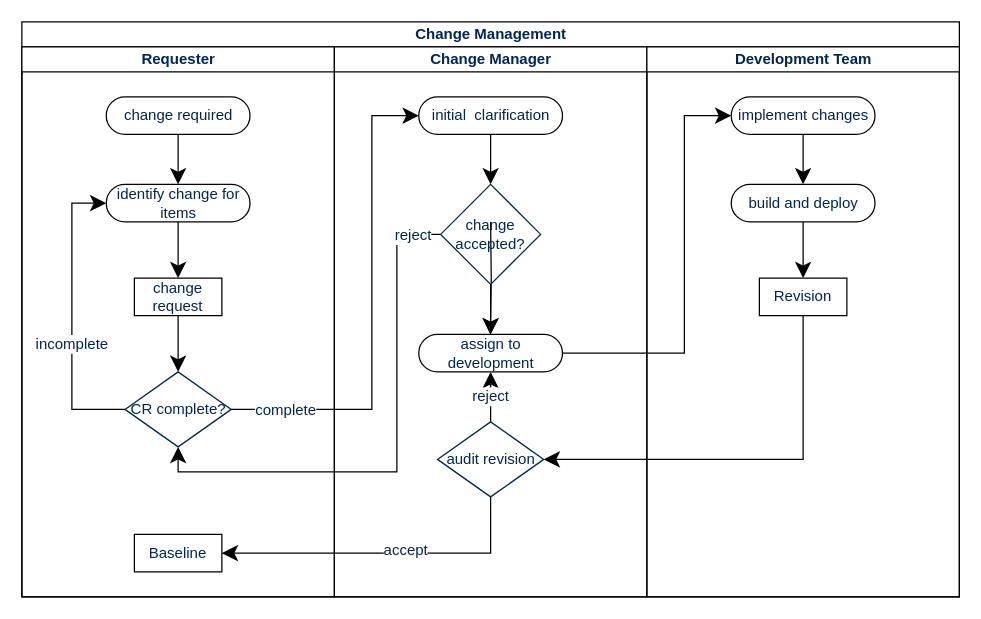
Before: change-request.drawio in rahimi/software-engineering, a draw.io diagram. Source tidied: cells renumbered, new cells numbered last; positions are measured from the earlier drawing's top-left corner, leaving out a move shared by most shapes. Both pictures are drawn from the tidied source at 125%, with x=0, y=0 at pixel (21, 21).
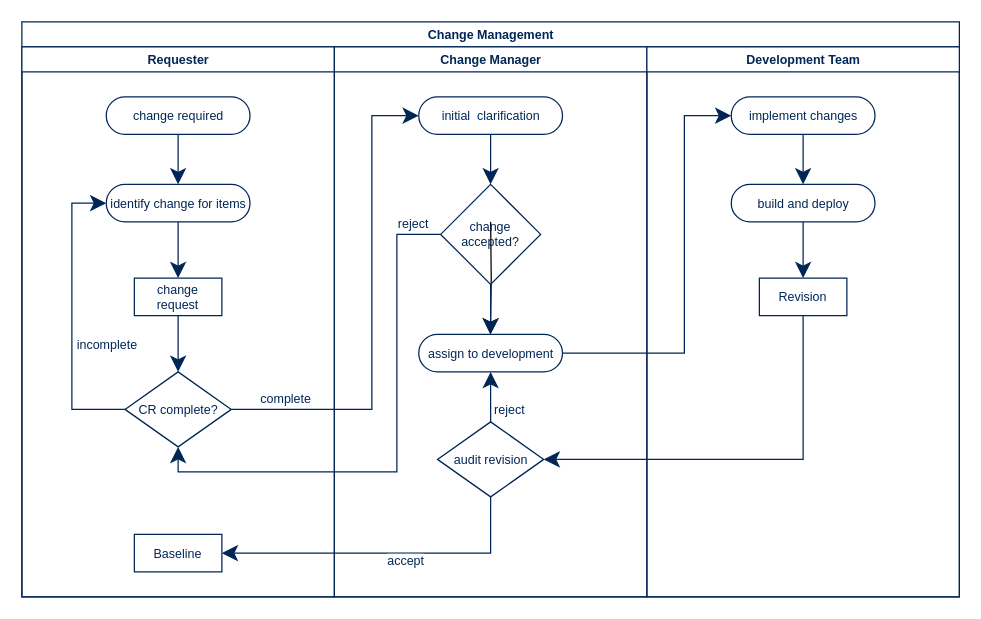
The same page after the edit.

What changed in the source:
```diff
@@
-    <mxCell id="2" value="Change Management" style="swimlane;html=1;startSize=20;rounded=0;shadow=0;comic=0;labelBackgroundColor=none;strokeWidth=1;fontFamily=TitilliumText25L;fontSize=12;align=center;fontColor=#012656;" parent="1" vertex="1">
+    <mxCell id="2" value="Change Management" style="swimlane;html=1;startSize=20;rounded=0;shadow=0;comic=0;labelBackgroundColor=none;strokeWidth=1;fontFamily=TitilliumText25L;fontSize=10;align=center;fontColor=#012656;strokeColor=#012656;" parent="1" vertex="1">
       <mxGeometry width="750" height="460" as="geometry" />
     </mxCell>
-    <mxCell id="3" value="Requester" style="swimlane;html=1;startSize=20;fontColor=#012656;fontFamily=TitilliumText25L;fontSize=12;" parent="2" vertex="1">
+    <mxCell id="3" value="Requester" style="swimlane;html=1;startSize=20;fontColor=#012656;fontFamily=TitilliumText25L;fontSize=10;strokeColor=#012656;" parent="2" vertex="1">
       <mxGeometry y="20" width="250" height="440" as="geometry" />
     </mxCell>
-    <mxCell id="4" style="edgeStyle=orthogonalEdgeStyle;rounded=0;jettySize=auto;html=1;startSize=10;endSize=10;exitX=0.5;exitY=1;exitDx=0;exitDy=0;entryX=0.5;entryY=0;entryDx=0;entryDy=0;fontColor=#012656;fontFamily=TitilliumText25L;fontSize=12;" parent="3" edge="1" source="9" target="10">
+    <mxCell id="4" style="edgeStyle=orthogonalEdgeStyle;rounded=0;jettySize=auto;html=1;startSize=10;endSize=10;exitX=0.5;exitY=1;exitDx=0;exitDy=0;entryX=0.5;entryY=0;entryDx=0;entryDy=0;fontColor=#012656;fontFamily=TitilliumText25L;fontSize=10;strokeColor=#012656;" parent="3" edge="1" source="9" target="10">
       <mxGeometry relative="1" as="geometry" />
     </mxCell>
-    <mxCell id="5" style="edgeStyle=orthogonalEdgeStyle;rounded=0;jettySize=auto;html=1;startSize=10;endSize=10;exitX=0.5;exitY=1;exitDx=0;exitDy=0;entryX=0.5;entryY=0;entryDx=0;entryDy=0;fontColor=#012656;fontFamily=TitilliumText25L;fontSize=12;" parent="3" edge="1" source="10" target="6">
+    <mxCell id="5" style="edgeStyle=orthogonalEdgeStyle;rounded=0;jettySize=auto;html=1;startSize=10;endSize=10;exitX=0.5;exitY=1;exitDx=0;exitDy=0;entryX=0.5;entryY=0;entryDx=0;entryDy=0;fontColor=#012656;fontFamily=TitilliumText25L;fontSize=10;strokeColor=#012656;" parent="3" edge="1" source="10" target="6">
       <mxGeometry relative="1" as="geometry" />
     </mxCell>
-    <mxCell id="6" value="CR complete?" style="rhombus;whiteSpace=wrap;html=1;strokeColor=#012656;fillColor=none;fontFamily=TitilliumText25L;fontColor=#012656;fontSize=12;" parent="3" vertex="1">
+    <mxCell id="6" value="CR complete?" style="rhombus;whiteSpace=wrap;html=1;fillColor=none;fontFamily=TitilliumText25L;fontColor=#012656;fontSize=10;strokeColor=#012656;" parent="3" vertex="1">
       <mxGeometry x="82.5" y="260" width="85" height="60" as="geometry" />
     </mxCell>
-    <mxCell id="7" value="change required" style="rounded=1;whiteSpace=wrap;html=1;shadow=0;comic=0;labelBackgroundColor=none;strokeWidth=1;fontFamily=TitilliumText25L;fontSize=12;align=center;arcSize=50;fontColor=#012656;" parent="3" vertex="1">
+    <mxCell id="7" value="change required" style="rounded=1;whiteSpace=wrap;html=1;shadow=0;comic=0;labelBackgroundColor=none;strokeWidth=1;fontFamily=TitilliumText25L;fontSize=10;align=center;arcSize=50;fontColor=#012656;strokeColor=#012656;" parent="3" vertex="1">
       <mxGeometry x="67.5" y="40" width="115" height="30" as="geometry" />
     </mxCell>
-    <mxCell id="8" style="edgeStyle=orthogonalEdgeStyle;rounded=0;jettySize=auto;html=1;startSize=10;endSize=10;fontColor=#012656;fontFamily=TitilliumText25L;fontSize=12;" parent="3" edge="1" source="7" target="9">
+    <mxCell id="8" style="edgeStyle=orthogonalEdgeStyle;rounded=0;jettySize=auto;html=1;startSize=10;endSize=10;fontColor=#012656;fontFamily=TitilliumText25L;fontSize=10;strokeColor=#012656;" parent="3" edge="1" source="7" target="9">
       <mxGeometry relative="1" as="geometry" />
     </mxCell>
-    <mxCell id="9" value="identify change for items" style="whiteSpace=wrap;html=1;rounded=1;shadow=0;fontFamily=TitilliumText25L;strokeWidth=1;arcSize=50;comic=0;fontColor=#012656;fontSize=12;" parent="3" vertex="1">
+    <mxCell id="9" value="identify change for items" style="whiteSpace=wrap;html=1;rounded=1;shadow=0;fontFamily=TitilliumText25L;strokeWidth=1;arcSize=50;comic=0;fontColor=#012656;fontSize=10;strokeColor=#012656;" parent="3" vertex="1">
       <mxGeometry x="67.5" y="110" width="115" height="30" as="geometry" />
     </mxCell>
-    <mxCell id="10" value="change request" style="rounded=0;whiteSpace=wrap;html=1;shadow=0;comic=0;labelBackgroundColor=none;strokeWidth=1;fontFamily=TitilliumText25L;fontSize=12;align=center;arcSize=50;fontColor=#012656;" parent="3" vertex="1">
+    <mxCell id="10" value="change request" style="rounded=0;whiteSpace=wrap;html=1;shadow=0;comic=0;labelBackgroundColor=none;strokeWidth=1;fontFamily=TitilliumText25L;fontSize=10;align=center;arcSize=50;fontColor=#012656;strokeColor=#012656;" parent="3" vertex="1">
       <mxGeometry x="90" y="185" width="70" height="30" as="geometry" />
     </mxCell>
-    <mxCell id="11" style="edgeStyle=orthogonalEdgeStyle;rounded=0;jettySize=auto;html=1;startSize=10;endSize=10;exitX=0;exitY=0.5;exitDx=0;exitDy=0;entryX=0;entryY=0.5;entryDx=0;entryDy=0;fontColor=#012656;fontFamily=TitilliumText25L;fontSize=12;" parent="3" edge="1" source="6" target="9">
+    <mxCell id="11" style="edgeStyle=orthogonalEdgeStyle;rounded=0;jettySize=auto;html=1;startSize=10;endSize=10;exitX=0;exitY=0.5;exitDx=0;exitDy=0;entryX=0;entryY=0.5;entryDx=0;entryDy=0;fontColor=#012656;fontFamily=TitilliumText25L;fontSize=10;strokeColor=#012656;" parent="3" edge="1" source="6" target="9">
       <mxGeometry relative="1" as="geometry">
         <Array as="points">
           <mxPoint x="40" y="290" />
           <mxPoint x="40" y="125" />
         </Array>
       </mxGeometry>
     </mxCell>
-    <mxCell id="12" value="incomplete" style="edgeLabel;html=1;align=center;verticalAlign=middle;fontFamily=TitilliumText25L;fontColor=#012656;fontSize=12;" parent="11" vertex="1">
-      <mxGeometry x="-0.19" y="1" relative="1" as="geometry" />
+    <mxCell id="12" value="incomplete" style="edgeLabel;html=1;align=center;verticalAlign=middle;fontFamily=TitilliumText25L;fontColor=#012656;fontSize=10;" parent="11" vertex="1">
+      <mxGeometry x="-0.19" y="1" relative="1" as="geometry">
+        <mxPoint x="28.5" as="offset" />
+      </mxGeometry>
     </mxCell>
-    <mxCell id="13" value="Baseline" style="rounded=0;whiteSpace=wrap;html=1;shadow=0;comic=0;labelBackgroundColor=none;strokeWidth=1;fontFamily=TitilliumText25L;fontSize=12;align=center;arcSize=50;fontColor=#012656;" parent="3" vertex="1">
+    <mxCell id="13" value="Baseline" style="rounded=0;whiteSpace=wrap;html=1;shadow=0;comic=0;labelBackgroundColor=none;strokeWidth=1;fontFamily=TitilliumText25L;fontSize=10;align=center;arcSize=50;fontColor=#012656;strokeColor=#012656;" parent="3" vertex="1">
       <mxGeometry x="90" y="390" width="70" height="30" as="geometry" />
     </mxCell>
-    <mxCell id="14" style="edgeStyle=orthogonalEdgeStyle;rounded=0;jettySize=auto;html=1;startSize=10;endSize=10;exitX=1;exitY=0.5;exitDx=0;exitDy=0;entryX=0;entryY=0.5;entryDx=0;entryDy=0;fontColor=#012656;fontFamily=TitilliumText25L;fontSize=12;" parent="2" edge="1" source="6" target="21">
+    <mxCell id="14" style="edgeStyle=orthogonalEdgeStyle;rounded=0;jettySize=auto;html=1;startSize=10;endSize=10;exitX=1;exitY=0.5;exitDx=0;exitDy=0;entryX=0;entryY=0.5;entryDx=0;entryDy=0;fontColor=#012656;fontFamily=TitilliumText25L;fontSize=10;strokeColor=#012656;" parent="2" edge="1" source="6" target="21">
       <mxGeometry relative="1" as="geometry">
         <Array as="points">
           <mxPoint x="280" y="310" />
           <mxPoint x="280" y="75" />
         </Array>
       </mxGeometry>
     </mxCell>
-    <mxCell id="15" value="complete" style="edgeLabel;html=1;align=center;verticalAlign=middle;fontFamily=TitilliumText25L;fontColor=#012656;fontSize=12;" parent="14" vertex="1">
+    <mxCell id="15" value="complete" style="edgeLabel;html=1;align=center;verticalAlign=middle;fontFamily=TitilliumText25L;fontColor=#012656;fontSize=10;" parent="14" vertex="1">
       <mxGeometry x="-0.19" y="1" relative="1" as="geometry">
-        <mxPoint x="-69" y="44" as="offset" />
+        <mxPoint x="-69" y="34.1" as="offset" />
       </mxGeometry>
     </mxCell>
-    <mxCell id="16" style="edgeStyle=orthogonalEdgeStyle;rounded=0;jettySize=auto;html=1;startSize=10;endSize=10;fontFamily=TitilliumText25L;fontSize=12;fontColor=#012656;exitX=0;exitY=0.5;exitDx=0;exitDy=0;entryX=0.5;entryY=1;entryDx=0;entryDy=0;" parent="2" edge="1" source="22" target="6">
+    <mxCell id="16" style="edgeStyle=orthogonalEdgeStyle;rounded=0;jettySize=auto;html=1;startSize=10;endSize=10;fontFamily=TitilliumText25L;fontSize=10;fontColor=#012656;exitX=0;exitY=0.5;exitDx=0;exitDy=0;entryX=0.5;entryY=1;entryDx=0;entryDy=0;strokeColor=#012656;" parent="2" edge="1" source="22" target="6">
       <mxGeometry relative="1" as="geometry">
         <Array as="points">
           <mxPoint x="300" y="170" />
           <mxPoint x="300" y="360" />
           <mxPoint x="125" y="360" />
         </Array>
       </mxGeometry>
     </mxCell>
-    <mxCell id="17" value="reject" style="edgeLabel;html=1;align=center;verticalAlign=middle;fontSize=12;fontFamily=TitilliumText25L;fontColor=#012656;" parent="16" vertex="1">
-      <mxGeometry x="-0.89" relative="1" as="geometry" />
+    <mxCell id="17" value="reject" style="edgeLabel;html=1;align=center;verticalAlign=middle;fontSize=10;fontFamily=TitilliumText25L;fontColor=#012656;" parent="16" vertex="1">
+      <mxGeometry x="-0.89" relative="1" as="geometry">
+        <mxPoint y="-10" as="offset" />
+      </mxGeometry>
     </mxCell>
-    <mxCell id="18" value="Change Manager" style="swimlane;html=1;startSize=20;fontColor=#012656;fontFamily=TitilliumText25L;fontSize=12;" parent="2" vertex="1">
+    <mxCell id="18" value="Change Manager" style="swimlane;html=1;startSize=20;fontColor=#012656;fontFamily=TitilliumText25L;fontSize=10;strokeColor=#012656;" parent="2" vertex="1">
       <mxGeometry x="250" y="20" width="250" height="440" as="geometry" />
     </mxCell>
@@
-    <mxCell id="20" value="reject" style="edgeStyle=orthogonalEdgeStyle;rounded=0;jettySize=auto;html=1;entryX=0.5;entryY=1;entryDx=0;entryDy=0;startSize=10;endSize=10;fontFamily=TitilliumText25L;fontSize=12;fontColor=#012656;" parent="18" edge="1" source="26" target="24">
-      <mxGeometry relative="1" as="geometry" />
+    <mxCell id="20" value="reject" style="edgeStyle=orthogonalEdgeStyle;rounded=0;jettySize=auto;html=1;entryX=0.5;entryY=1;entryDx=0;entryDy=0;startSize=10;endSize=10;fontFamily=TitilliumText25L;fontSize=10;fontColor=#012656;strokeColor=#012656;" parent="18" edge="1" source="26" target="24">
+      <mxGeometry x="-0.5" y="-15" relative="1" as="geometry" />
     </mxCell>
-    <mxCell id="21" value="initial &amp;nbsp;clarification" style="rounded=1;whiteSpace=wrap;html=1;shadow=0;comic=0;labelBackgroundColor=none;strokeWidth=1;fontFamily=TitilliumText25L;fontSize=12;align=center;arcSize=50;fontColor=#012656;" parent="18" vertex="1">
+    <mxCell id="21" value="initial &amp;nbsp;clarification" style="rounded=1;whiteSpace=wrap;html=1;shadow=0;comic=0;labelBackgroundColor=none;strokeWidth=1;fontFamily=TitilliumText25L;fontSize=10;align=center;arcSize=50;fontColor=#012656;strokeColor=#012656;" parent="18" vertex="1">
       <mxGeometry x="67.5" y="40" width="115" height="30" as="geometry" />
     </mxCell>
-    <mxCell id="22" value="change accepted?" style="rhombus;whiteSpace=wrap;html=1;strokeColor=#012656;fillColor=none;fontFamily=TitilliumText25L;fontSize=12;fontColor=#012656;" parent="18" vertex="1">
+    <mxCell id="22" value="change accepted?" style="rhombus;whiteSpace=wrap;html=1;fillColor=none;fontFamily=TitilliumText25L;fontSize=10;fontColor=#012656;strokeColor=#012656;" parent="18" vertex="1">
       <mxGeometry x="85" y="110" width="80" height="80" as="geometry" />
     </mxCell>
-    <mxCell id="23" style="edgeStyle=orthogonalEdgeStyle;rounded=0;jettySize=auto;html=1;startSize=10;endSize=10;fontFamily=TitilliumText25L;fontSize=12;fontColor=#012656;entryX=0.5;entryY=0;entryDx=0;entryDy=0;" parent="18" edge="1" source="21" target="22">
+    <mxCell id="23" style="edgeStyle=orthogonalEdgeStyle;rounded=0;jettySize=auto;html=1;startSize=10;endSize=10;fontFamily=TitilliumText25L;fontSize=10;fontColor=#012656;entryX=0.5;entryY=0;entryDx=0;entryDy=0;strokeColor=#012656;" parent="18" edge="1" source="21" target="22">
       <mxGeometry relative="1" as="geometry" />
     </mxCell>
-    <mxCell id="24" value="assign to development" style="rounded=1;whiteSpace=wrap;html=1;shadow=0;comic=0;labelBackgroundColor=none;strokeWidth=1;fontFamily=TitilliumText25L;fontSize=12;align=center;arcSize=50;fontColor=#012656;" parent="18" vertex="1">
+    <mxCell id="24" value="assign to development" style="rounded=1;whiteSpace=wrap;html=1;shadow=0;comic=0;labelBackgroundColor=none;strokeWidth=1;fontFamily=TitilliumText25L;fontSize=10;align=center;arcSize=50;fontColor=#012656;strokeColor=#012656;" parent="18" vertex="1">
       <mxGeometry x="67.5" y="230" width="115" height="30" as="geometry" />
     </mxCell>
-    <mxCell id="25" style="edgeStyle=orthogonalEdgeStyle;rounded=0;jettySize=auto;html=1;startSize=10;endSize=10;fontFamily=TitilliumText25L;fontSize=12;fontColor=#012656;entryX=0.5;entryY=0;entryDx=0;entryDy=0;" parent="18" edge="1" source="22" target="24">
+    <mxCell id="25" style="edgeStyle=orthogonalEdgeStyle;rounded=0;jettySize=auto;html=1;startSize=10;endSize=10;fontFamily=TitilliumText25L;fontSize=10;fontColor=#012656;entryX=0.5;entryY=0;entryDx=0;entryDy=0;strokeColor=#012656;" parent="18" edge="1" source="22" target="24">
       <mxGeometry relative="1" as="geometry" />
     </mxCell>
-    <mxCell id="26" value="audit revision" style="rhombus;whiteSpace=wrap;html=1;strokeColor=#012656;fillColor=none;fontFamily=TitilliumText25L;fontColor=#012656;fontSize=12;" parent="18" vertex="1">
+    <mxCell id="26" value="audit revision" style="rhombus;whiteSpace=wrap;html=1;strokeColor=#012656;fillColor=none;fontFamily=TitilliumText25L;fontColor=#012656;fontSize=10;" parent="18" vertex="1">
       <mxGeometry x="82.5" y="300" width="85" height="60" as="geometry" />
     </mxCell>
-    <mxCell id="27" value="Development Team" style="swimlane;html=1;startSize=20;fontColor=#012656;fontFamily=TitilliumText25L;fontSize=12;" parent="2" vertex="1">
+    <mxCell id="27" value="Development Team" style="swimlane;html=1;startSize=20;fontColor=#012656;fontFamily=TitilliumText25L;fontSize=10;strokeColor=#012656;" parent="2" vertex="1">
       <mxGeometry x="500" y="20" width="250" height="440" as="geometry" />
     </mxCell>
-    <mxCell id="28" style="edgeStyle=orthogonalEdgeStyle;rounded=0;jettySize=auto;html=1;startSize=10;endSize=10;exitX=0.5;exitY=1;exitDx=0;exitDy=0;entryX=0.5;entryY=0;entryDx=0;entryDy=0;fontColor=#012656;fontFamily=TitilliumText25L;fontSize=12;" parent="27" edge="1" source="31" target="32">
+    <mxCell id="28" style="edgeStyle=orthogonalEdgeStyle;rounded=0;jettySize=auto;html=1;startSize=10;endSize=10;exitX=0.5;exitY=1;exitDx=0;exitDy=0;entryX=0.5;entryY=0;entryDx=0;entryDy=0;fontColor=#012656;fontFamily=TitilliumText25L;fontSize=10;strokeColor=#012656;" parent="27" edge="1" source="31" target="32">
       <mxGeometry relative="1" as="geometry" />
     </mxCell>
-    <mxCell id="29" value="implement changes" style="rounded=1;whiteSpace=wrap;html=1;shadow=0;comic=0;labelBackgroundColor=none;strokeWidth=1;fontFamily=TitilliumText25L;fontSize=12;align=center;arcSize=50;fontColor=#012656;" parent="27" vertex="1">
+    <mxCell id="29" value="implement changes" style="rounded=1;whiteSpace=wrap;html=1;shadow=0;comic=0;labelBackgroundColor=none;strokeWidth=1;fontFamily=TitilliumText25L;fontSize=10;align=center;arcSize=50;fontColor=#012656;strokeColor=#012656;" parent="27" vertex="1">
       <mxGeometry x="67.5" y="40" width="115" height="30" as="geometry" />
     </mxCell>
-    <mxCell id="30" style="edgeStyle=orthogonalEdgeStyle;rounded=0;jettySize=auto;html=1;startSize=10;endSize=10;fontColor=#012656;fontFamily=TitilliumText25L;fontSize=12;" parent="27" edge="1" source="29" target="31">
+    <mxCell id="30" style="edgeStyle=orthogonalEdgeStyle;rounded=0;jettySize=auto;html=1;startSize=10;endSize=10;fontColor=#012656;fontFamily=TitilliumText25L;fontSize=10;strokeColor=#012656;" parent="27" edge="1" source="29" target="31">
       <mxGeometry relative="1" as="geometry" />
     </mxCell>
-    <mxCell id="31" value="build and deploy" style="whiteSpace=wrap;html=1;rounded=1;shadow=0;fontFamily=TitilliumText25L;strokeWidth=1;arcSize=50;comic=0;fontColor=#012656;fontSize=12;" parent="27" vertex="1">
+    <mxCell id="31" value="build and deploy" style="whiteSpace=wrap;html=1;rounded=1;shadow=0;fontFamily=TitilliumText25L;strokeWidth=1;arcSize=50;comic=0;fontColor=#012656;fontSize=10;strokeColor=#012656;" parent="27" vertex="1">
       <mxGeometry x="67.5" y="110" width="115" height="30" as="geometry" />
     </mxCell>
-    <mxCell id="32" value="Revision" style="rounded=0;whiteSpace=wrap;html=1;shadow=0;comic=0;labelBackgroundColor=none;strokeWidth=1;fontFamily=TitilliumText25L;fontSize=12;align=center;arcSize=50;fontColor=#012656;" parent="27" vertex="1">
+    <mxCell id="32" value="Revision" style="rounded=0;whiteSpace=wrap;html=1;shadow=0;comic=0;labelBackgroundColor=none;strokeWidth=1;fontFamily=TitilliumText25L;fontSize=10;align=center;arcSize=50;fontColor=#012656;strokeColor=#012656;" parent="27" vertex="1">
       <mxGeometry x="90" y="185" width="70" height="30" as="geometry" />
     </mxCell>
-    <mxCell id="33" style="edgeStyle=orthogonalEdgeStyle;rounded=0;jettySize=auto;html=1;entryX=0;entryY=0.5;entryDx=0;entryDy=0;startSize=10;endSize=10;fontFamily=TitilliumText25L;fontSize=12;fontColor=#012656;" parent="2" edge="1" source="24" target="29">
+    <mxCell id="33" style="edgeStyle=orthogonalEdgeStyle;rounded=0;jettySize=auto;html=1;entryX=0;entryY=0.5;entryDx=0;entryDy=0;startSize=10;endSize=10;fontFamily=TitilliumText25L;fontSize=10;fontColor=#012656;strokeColor=#012656;" parent="2" edge="1" source="24" target="29">
       <mxGeometry relative="1" as="geometry">
         <Array as="points">
           <mxPoint x="530" y="265" />
           <mxPoint x="530" y="75" />
         </Array>
       </mxGeometry>
     </mxCell>
-    <mxCell id="34" style="edgeStyle=orthogonalEdgeStyle;rounded=0;jettySize=auto;html=1;startSize=10;endSize=10;exitX=0.5;exitY=1;exitDx=0;exitDy=0;entryX=1;entryY=0.5;entryDx=0;entryDy=0;fontColor=#012656;fontFamily=TitilliumText25L;fontSize=12;" parent="2" edge="1" source="32" target="26">
+    <mxCell id="34" style="edgeStyle=orthogonalEdgeStyle;rounded=0;jettySize=auto;html=1;startSize=10;endSize=10;exitX=0.5;exitY=1;exitDx=0;exitDy=0;entryX=1;entryY=0.5;entryDx=0;entryDy=0;fontColor=#012656;fontFamily=TitilliumText25L;fontSize=10;strokeColor=#012656;" parent="2" edge="1" source="32" target="26">
       <mxGeometry relative="1" as="geometry" />
     </mxCell>
-    <mxCell id="35" style="edgeStyle=orthogonalEdgeStyle;rounded=0;jettySize=auto;html=1;entryX=1;entryY=0.5;entryDx=0;entryDy=0;startSize=10;endSize=10;fontFamily=TitilliumText25L;fontSize=12;fontColor=#012656;exitX=0.5;exitY=1;exitDx=0;exitDy=0;" parent="2" edge="1" source="26" target="13">
+    <mxCell id="35" style="edgeStyle=orthogonalEdgeStyle;rounded=0;jettySize=auto;html=1;entryX=1;entryY=0.5;entryDx=0;entryDy=0;startSize=10;endSize=10;fontFamily=TitilliumText25L;fontSize=10;fontColor=#012656;exitX=0.5;exitY=1;exitDx=0;exitDy=0;strokeColor=#012656;" parent="2" edge="1" source="26" target="13">
       <mxGeometry relative="1" as="geometry" />
     </mxCell>
-    <mxCell id="36" value="accept" style="edgeLabel;html=1;align=center;verticalAlign=middle;fontSize=12;fontFamily=TitilliumText25L;fontColor=#012656;" parent="35" vertex="1">
-      <mxGeometry x="-0.12" y="-3" relative="1" as="geometry" />
+    <mxCell id="36" value="accept" style="edgeLabel;html=1;align=center;verticalAlign=middle;fontSize=10;fontFamily=TitilliumText25L;fontColor=#012656;" parent="35" vertex="1">
+      <mxGeometry x="-0.12" y="-3" relative="1" as="geometry">
+        <mxPoint y="8" as="offset" />
+      </mxGeometry>
     </mxCell>
```
